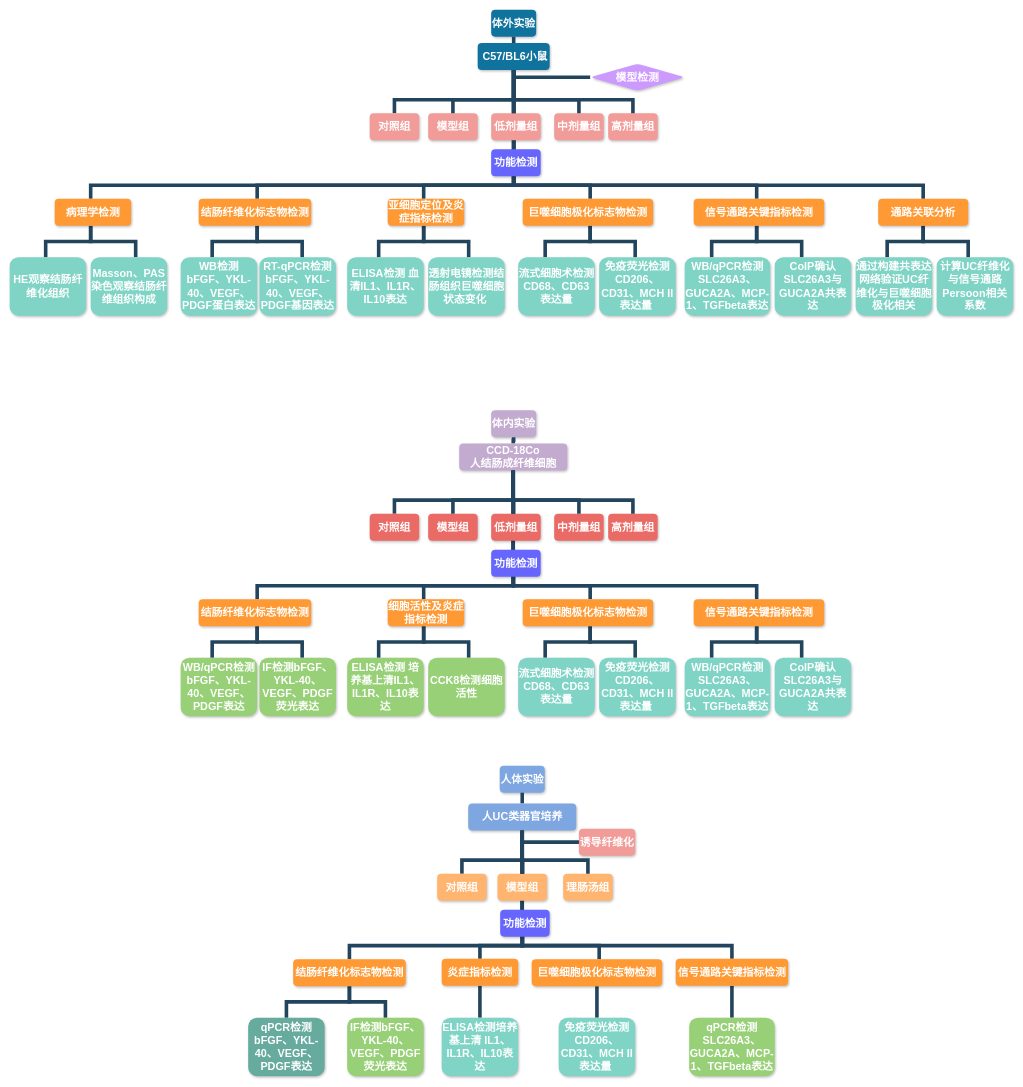
This is UCLBF20240304.drawio from Bettermelsm/Bettermelsm, a draw.io file, before an edit. Source tidied: cells renumbered, new cells numbered last; positions are measured from the earlier drawing's top-left corner, leaving out a move shared by most shapes. Both pictures are drawn from the tidied source at 45%, with x=0, y=0 at pixel (9, 9).
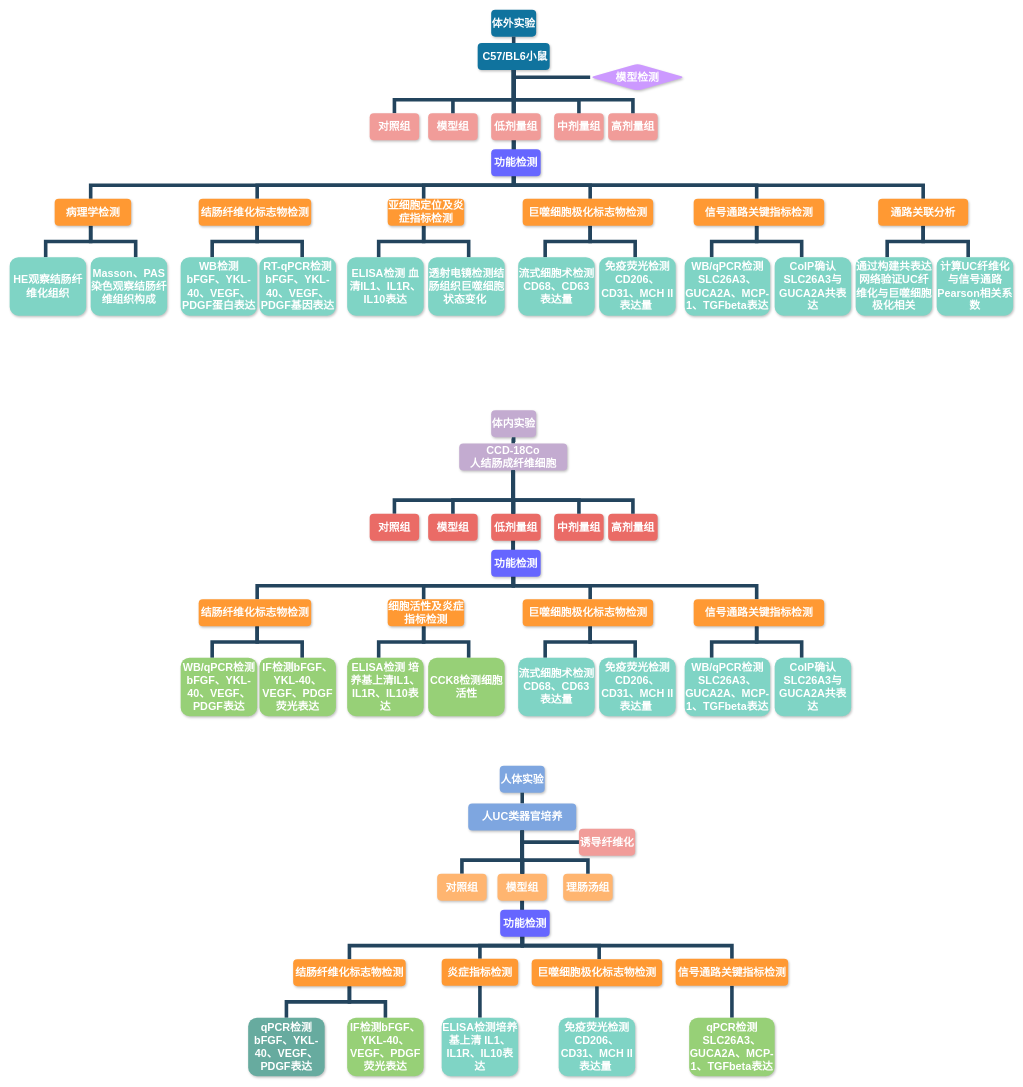
The same page after the edit.

Diff of the diagram source:
```diff
@@
-    <mxCell id="53" value="计算UC纤维化与信号通路Persoon相关系数" style="whiteSpace=wrap;rounded=1;shadow=1;fillColor=#7FD4C5;strokeColor=none;fontColor=#FFFFFF;fontStyle=1;fontSize=24;" parent="1" vertex="1">
+    <mxCell id="53" value="计算UC纤维化与信号通路Pearson相关系数" style="whiteSpace=wrap;rounded=1;shadow=1;fillColor=#7FD4C5;strokeColor=none;fontColor=#FFFFFF;fontStyle=1;fontSize=24;" parent="1" vertex="1">
       <mxGeometry x="2060" y="550" width="170" height="130" as="geometry" />
     </mxCell>
```
